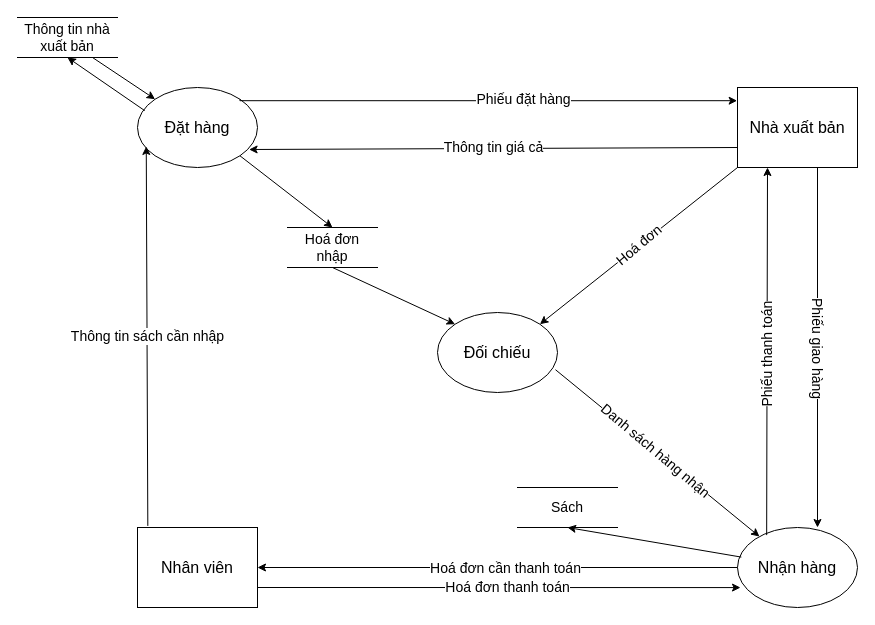
This is page "Trang-4" (4 of 7) of QuanLyBanSach.drawio from leetrungtoans/BTVN_ITC_OOP_LEETRUNGTOANS, a draw.io file, before an edit. Source tidied: cells renumbered, new cells numbered last; positions are measured from the earlier drawing's top-left corner, leaving out a move shared by most shapes. Both pictures are drawn from the tidied source at 100%, with x=0, y=0 at pixel (17, 17).
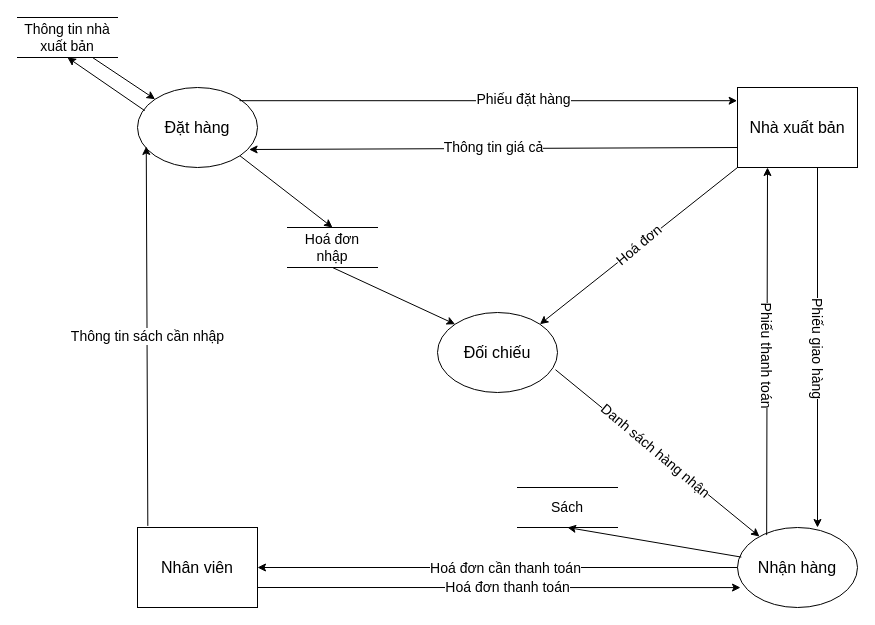
The same diagram, later.

Unchanged cells that the change refers to:
```xml
<mxCell id="13" style="endArrow=classic;html=1;rounded=0;entryX=0.25;entryY=1;entryDx=0;entryDy=0;exitX=0.243;exitY=0.095;exitDx=0;exitDy=0;exitPerimeter=0;" parent="1" edge="1" source="4" target="8">
  <mxGeometry relative="1" as="geometry" />
</mxCell>
```

Change to the diagram source:
```diff
@@
-    <mxCell id="14" value="&lt;font style=&quot;font-size: 14px;&quot;&gt;Phiếu thanh toán&lt;/font&gt;" style="edgeLabel;html=1;align=center;verticalAlign=middle;rotation=-90;" parent="13" vertex="1">
+    <mxCell id="14" value="&lt;font style=&quot;font-size: 14px;&quot;&gt;Phiếu thanh toán&lt;/font&gt;" style="edgeLabel;html=1;align=center;verticalAlign=middle;rotation=90;" parent="13" vertex="1">
       <mxGeometry x="-0.02" relative="1" as="geometry" />
     </mxCell>
```
